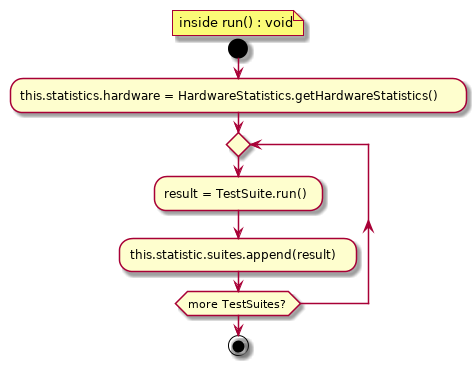
Mateusz-Grzelinski/set-research-documentation keeps this PlantUML diagram as benchmark/activity_diagrams/benchmark_run.png. Above is the earlier version. Its diagram source:
```plantuml
@startuml
floating note: inside run() : void

start

:this.statistics.hardware = HardwareStatistics.getHardwareStatistics();

repeat
:result = TestSuite.run();
:this.statistic.suites.append(result);
repeat while (more TestSuites?)

stop

@enduml
```
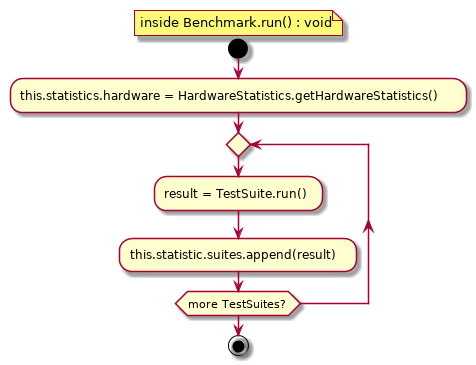
The same file after the commit.

The edit, as a diff of the source:
```diff
@@ -1,5 +1,5 @@
 @startuml
-floating note: inside run() : void
+floating note: inside Benchmark.run() : void
 
 start
 
```
